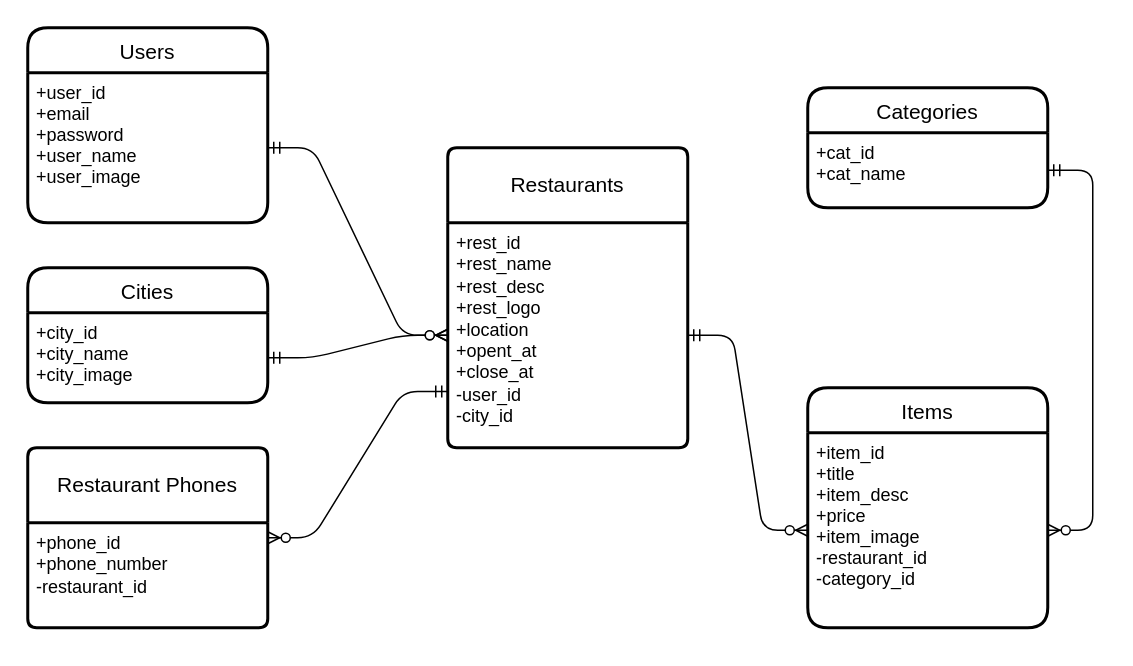
Earlier version of the draw.io diagram choose.dio (hayder-abbas/yourmenupage-inertia.js). Source tidied: cells renumbered, new cells numbered last; positions are measured from the earlier drawing's top-left corner, leaving out a move shared by most shapes. Both pictures are drawn from the tidied source at 150%, with x=0, y=0 at pixel (27, 27).
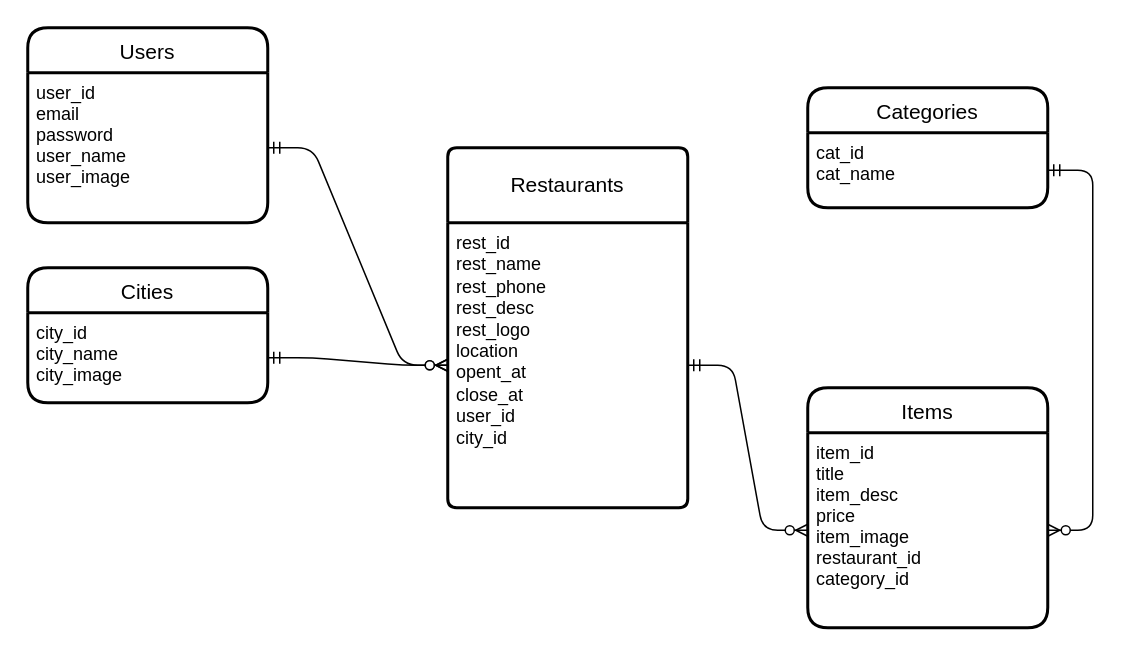
After the change.

Unchanged cells that the change refers to:
```xml
<mxCell id="3" value="Users" style="swimlane;horizontal=1;startSize=30;rounded=1;fontSize=14;fontStyle=0;strokeWidth=2;shadow=0;dashed=0;align=center;" parent="1" vertex="1">
  <mxGeometry width="160" height="130" as="geometry" />
</mxCell>
<mxCell id="5" value="Items" style="swimlane;horizontal=1;startSize=30;rounded=1;fontSize=14;fontStyle=0;strokeWidth=2;shadow=0;dashed=0;align=center;" parent="1" vertex="1">
  <mxGeometry x="520" y="240" width="160" height="160" as="geometry" />
</mxCell>
<mxCell id="7" value="Cities" style="swimlane;horizontal=1;startSize=30;rounded=1;fontSize=14;fontStyle=0;strokeWidth=2;shadow=0;dashed=0;align=center;" parent="1" vertex="1">
  <mxGeometry y="160" width="160" height="90" as="geometry" />
</mxCell>
<mxCell id="9" value="Categories" style="swimlane;horizontal=1;startSize=30;rounded=1;fontSize=14;fontStyle=0;strokeWidth=2;shadow=0;dashed=0;align=center;" parent="1" vertex="1">
  <mxGeometry x="520" y="40" width="160" height="80" as="geometry" />
</mxCell>
```

Change to the diagram source:
```diff
@@
-    <mxCell id="4" value="+user_id&#10;+email&#10;+password&#10;+user_name&#10;+user_image" style="align=left;strokeColor=none;fillColor=none;spacingLeft=4;fontSize=12;verticalAlign=top;" parent="3" vertex="1">
+    <mxCell id="4" value="user_id&#10;email&#10;password&#10;user_name&#10;user_image" style="align=left;strokeColor=none;fillColor=none;spacingLeft=4;fontSize=12;verticalAlign=top;" parent="3" vertex="1">
       <mxGeometry y="30" width="160" height="100" as="geometry" />
     </mxCell>
@@
-    <mxCell id="6" value="+item_id&#10;+title&#10;+item_desc&#10;+price&#10;+item_image&#10;-restaurant_id&#10;-category_id" style="align=left;strokeColor=none;fillColor=none;spacingLeft=4;fontSize=12;verticalAlign=top;" parent="5" vertex="1">
+    <mxCell id="6" value="item_id&#10;title&#10;item_desc&#10;price&#10;item_image&#10;restaurant_id&#10;category_id" style="align=left;strokeColor=none;fillColor=none;spacingLeft=4;fontSize=12;verticalAlign=top;" parent="5" vertex="1">
       <mxGeometry y="30" width="160" height="130" as="geometry" />
     </mxCell>
@@
-    <mxCell id="8" value="+city_id&#10;+city_name&#10;+city_image&#10;" style="align=left;strokeColor=none;fillColor=none;spacingLeft=4;fontSize=12;verticalAlign=top;" parent="7" vertex="1">
+    <mxCell id="8" value="city_id&#10;city_name&#10;city_image&#10;" style="align=left;strokeColor=none;fillColor=none;spacingLeft=4;fontSize=12;verticalAlign=top;" parent="7" vertex="1">
       <mxGeometry y="30" width="160" height="60" as="geometry" />
     </mxCell>
@@
-    <mxCell id="10" value="+cat_id&#10;+cat_name" style="align=left;strokeColor=none;fillColor=none;spacingLeft=4;fontSize=12;verticalAlign=top;" parent="9" vertex="1">
+    <mxCell id="10" value="cat_id&#10;cat_name" style="align=left;strokeColor=none;fillColor=none;spacingLeft=4;fontSize=12;verticalAlign=top;" parent="9" vertex="1">
       <mxGeometry y="30" width="160" height="50" as="geometry" />
     </mxCell>
     <mxCell id="11" value="Restaurants" style="swimlane;horizontal=1;startSize=50;rounded=1;fontSize=14;fontStyle=0;strokeWidth=2;shadow=0;dashed=0;align=center;arcSize=4;whiteSpace=wrap;html=1;" parent="1" vertex="1">
-      <mxGeometry x="280" y="80" width="160" height="200" as="geometry" />
+      <mxGeometry x="280" y="80" width="160" height="240" as="geometry" />
     </mxCell>
-    <mxCell id="12" value="&lt;font style=&quot;color: rgb(0, 0, 0);&quot;&gt;+rest_id&lt;/font&gt;&lt;div&gt;&lt;font style=&quot;color: rgb(0, 0, 0);&quot;&gt;+rest_name&lt;/font&gt;&lt;/div&gt;&lt;div&gt;&lt;font style=&quot;color: rgb(0, 0, 0);&quot;&gt;+rest_desc&lt;/font&gt;&lt;/div&gt;&lt;div&gt;&lt;font style=&quot;color: rgb(0, 0, 0);&quot;&gt;+rest_logo&lt;/font&gt;&lt;/div&gt;&lt;div&gt;&lt;div&gt;&lt;font style=&quot;color: rgb(0, 0, 0);&quot;&gt;+location&lt;/font&gt;&lt;/div&gt;&lt;div&gt;&lt;div style=&quot;scrollbar-color: rgb(226, 226, 226) rgb(251, 251, 251);&quot;&gt;&lt;font style=&quot;scrollbar-color: rgb(226, 226, 226) rgb(251, 251, 251); color: rgb(0, 0, 0);&quot;&gt;&lt;div style=&quot;scrollbar-color: rgb(226, 226, 226) rgb(251, 251, 251);&quot;&gt;&lt;font style=&quot;scrollbar-color: rgb(226, 226, 226) rgb(251, 251, 251);&quot;&gt;&lt;font style=&quot;scrollbar-color: rgb(226, 226, 226) rgb(251, 251, 251);&quot;&gt;+opent_at&lt;/font&gt;&lt;/font&gt;&lt;/div&gt;&lt;div style=&quot;scrollbar-color: rgb(226, 226, 226) rgb(251, 251, 251);&quot;&gt;&lt;font style=&quot;scrollbar-color: rgb(226, 226, 226) rgb(251, 251, 251);&quot;&gt;&lt;font style=&quot;scrollbar-color: rgb(226, 226, 226) rgb(251, 251, 251);&quot;&gt;+close_at&lt;/font&gt;&lt;/font&gt;&lt;/div&gt;&lt;/font&gt;&lt;/div&gt;&lt;/div&gt;&lt;/div&gt;&lt;div&gt;&lt;font style=&quot;color: rgb(0, 0, 0);&quot;&gt;-user_id&lt;br&gt;&lt;/font&gt;&lt;div&gt;&lt;font style=&quot;color: rgb(0, 0, 0);&quot;&gt;-city_id&lt;/font&gt;&lt;/div&gt;&lt;/div&gt;" style="align=left;strokeColor=none;fillColor=none;spacingLeft=4;fontSize=12;verticalAlign=top;html=1;" parent="11" vertex="1">
-      <mxGeometry y="50" width="160" height="150" as="geometry" />
+    <mxCell id="12" value="&lt;font style=&quot;color: rgb(0, 0, 0);&quot;&gt;rest_id&lt;/font&gt;&lt;div&gt;&lt;font style=&quot;color: rgb(0, 0, 0);&quot;&gt;rest_name&lt;/font&gt;&lt;/div&gt;&lt;div&gt;&lt;font style=&quot;color: rgb(0, 0, 0);&quot;&gt;rest_phone&lt;/font&gt;&lt;/div&gt;&lt;div&gt;&lt;font style=&quot;color: rgb(0, 0, 0);&quot;&gt;rest_desc&lt;/font&gt;&lt;/div&gt;&lt;div&gt;&lt;font style=&quot;color: rgb(0, 0, 0);&quot;&gt;rest_logo&lt;/font&gt;&lt;/div&gt;&lt;div&gt;&lt;div&gt;&lt;font style=&quot;color: rgb(0, 0, 0);&quot;&gt;location&lt;/font&gt;&lt;/div&gt;&lt;div&gt;&lt;div style=&quot;scrollbar-color: rgb(226, 226, 226) rgb(251, 251, 251);&quot;&gt;&lt;font style=&quot;scrollbar-color: rgb(226, 226, 226) rgb(251, 251, 251); color: rgb(0, 0, 0);&quot;&gt;&lt;div style=&quot;scrollbar-color: rgb(226, 226, 226) rgb(251, 251, 251);&quot;&gt;&lt;font style=&quot;scrollbar-color: rgb(226, 226, 226) rgb(251, 251, 251);&quot;&gt;&lt;font style=&quot;scrollbar-color: rgb(226, 226, 226) rgb(251, 251, 251);&quot;&gt;opent_at&lt;/font&gt;&lt;/font&gt;&lt;/div&gt;&lt;div style=&quot;scrollbar-color: rgb(226, 226, 226) rgb(251, 251, 251);&quot;&gt;&lt;font style=&quot;scrollbar-color: rgb(226, 226, 226) rgb(251, 251, 251);&quot;&gt;&lt;font style=&quot;scrollbar-color: rgb(226, 226, 226) rgb(251, 251, 251);&quot;&gt;close_at&lt;/font&gt;&lt;/font&gt;&lt;/div&gt;&lt;/font&gt;&lt;/div&gt;&lt;/div&gt;&lt;/div&gt;&lt;div&gt;&lt;font style=&quot;color: rgb(0, 0, 0);&quot;&gt;user_id&lt;br&gt;&lt;/font&gt;&lt;div&gt;&lt;font style=&quot;color: rgb(0, 0, 0);&quot;&gt;city_id&lt;/font&gt;&lt;/div&gt;&lt;/div&gt;" style="align=left;strokeColor=none;fillColor=none;spacingLeft=4;fontSize=12;verticalAlign=top;html=1;" parent="11" vertex="1">
+      <mxGeometry y="50" width="160" height="190" as="geometry" />
     </mxCell>
@@
-    <mxCell id="16" value="Restaurant Phones" style="swimlane;horizontal=1;startSize=50;rounded=1;fontSize=14;fontStyle=0;strokeWidth=2;shadow=0;dashed=0;align=center;arcSize=4;whiteSpace=wrap;html=1;" parent="1" vertex="1">
-      <mxGeometry y="280" width="160" height="120" as="geometry" />
-    </mxCell>
-    <mxCell id="17" value="+phone_id&lt;br&gt;+phone_number&lt;br&gt;-restaurant_id" style="align=left;strokeColor=none;fillColor=none;spacingLeft=4;fontSize=12;verticalAlign=top;html=1;" parent="16" vertex="1">
-      <mxGeometry y="50" width="160" height="70" as="geometry" />
-    </mxCell>
-    <mxCell id="18" style="edgeStyle=entityRelationEdgeStyle;fontSize=12;html=1;endArrow=ERzeroToMany;startArrow=ERmandOne;exitX=0;exitY=0.75;exitDx=0;exitDy=0;" parent="1" edge="1" source="12" target="16">
-      <mxGeometry relative="1" as="geometry" />
-    </mxCell>
```
